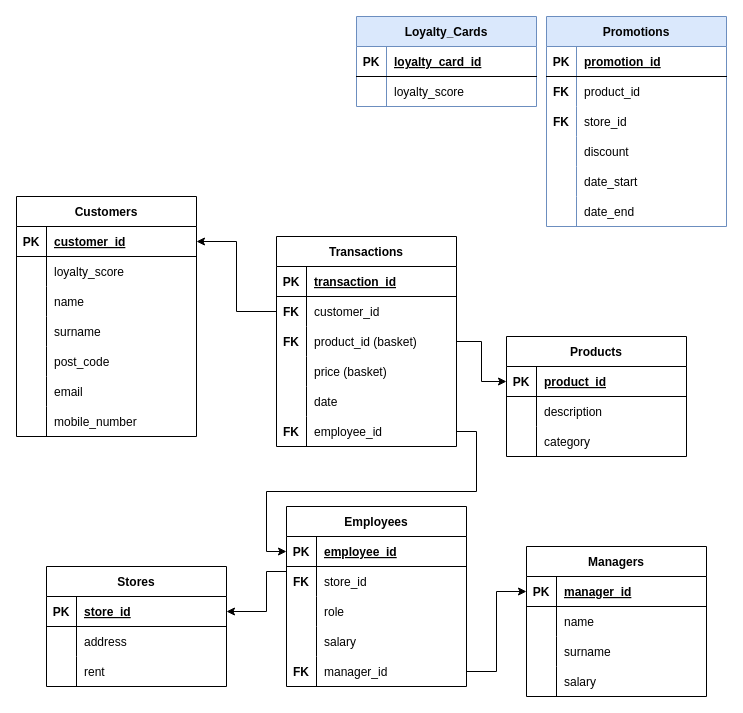
Above: Untitled Diagram.drawio in javi-arr/snowflake_exercise (draw.io), before the change. Source tidied: cells renumbered, new cells numbered last; positions are measured from the earlier drawing's top-left corner, leaving out a move shared by most shapes. Both pictures are drawn from the tidied source at 100%, with x=0, y=0 at pixel (16, 16).
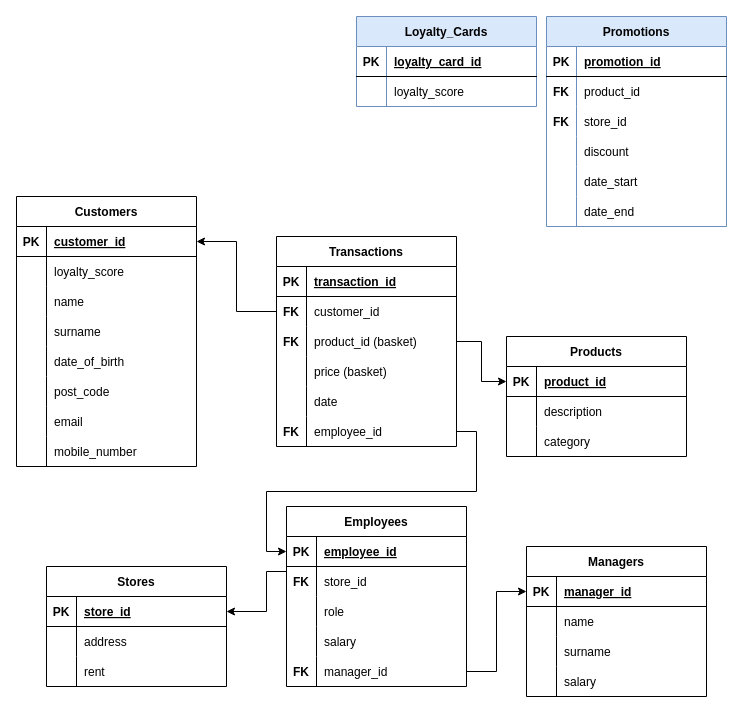
The same diagram, later.

Diff of the diagram source:
```diff
@@
     <mxCell id="2" value="Customers" style="shape=table;startSize=30;childLayout=tableLayout;rowLines=0;fontStyle=1;align=center;" parent="1" vertex="1">
-      <mxGeometry y="180" width="180" height="240" as="geometry" />
+      <mxGeometry y="180" width="180" height="270" as="geometry" />
     </mxCell>
@@
+    <mxCell id="125" style="shape=tableRow;horizontal=0;startSize=0;swimlaneHead=0;swimlaneBody=0;fillColor=none;top=0;left=0;right=0;bottom=0;" parent="2" vertex="1">
+      <mxGeometry y="150" width="180" height="30" as="geometry" />
+    </mxCell>
+    <mxCell id="126" style="shape=partialRectangle;fillColor=none;top=0;left=0;bottom=0;right=0;overflow=hidden;" parent="125" vertex="1">
+      <mxGeometry width="30" height="30" as="geometry" />
+    </mxCell>
+    <mxCell id="127" value="date_of_birth" style="shape=partialRectangle;fillColor=none;top=0;left=0;bottom=0;right=0;align=left;spacingLeft=6;overflow=hidden;" parent="125" vertex="1">
+      <mxGeometry x="30" width="150" height="30" as="geometry" />
+    </mxCell>
     <mxCell id="15" style="shape=tableRow;horizontal=0;startSize=0;swimlaneHead=0;swimlaneBody=0;fillColor=none;top=0;left=0;right=0;bottom=0;" parent="2" vertex="1">
-      <mxGeometry y="150" width="180" height="30" as="geometry" />
+      <mxGeometry y="180" width="180" height="30" as="geometry" />
     </mxCell>
@@
     <mxCell id="18" style="shape=tableRow;horizontal=0;startSize=0;swimlaneHead=0;swimlaneBody=0;fillColor=none;top=0;left=0;right=0;bottom=0;" parent="2" vertex="1">
-      <mxGeometry y="180" width="180" height="30" as="geometry" />
+      <mxGeometry y="210" width="180" height="30" as="geometry" />
     </mxCell>
@@
     <mxCell id="21" style="shape=tableRow;horizontal=0;startSize=0;swimlaneHead=0;swimlaneBody=0;fillColor=none;top=0;left=0;right=0;bottom=0;" parent="2" vertex="1">
-      <mxGeometry y="210" width="180" height="30" as="geometry" />
+      <mxGeometry y="240" width="180" height="30" as="geometry" />
     </mxCell>
```
